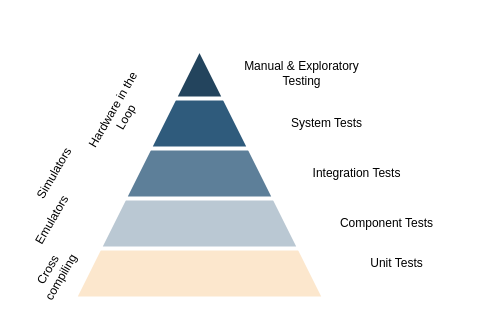
Above: images/testing-with-hardware/Testing Pyramid.drawio in bernedom/bernedom.github.io (draw.io), before the change. Source tidied: cells renumbered, new cells numbered last; positions are measured from the earlier drawing's top-left corner, leaving out a move shared by most shapes. Both pictures are drawn from the tidied source at 100%, with x=0, y=0 at pixel (6, 48).
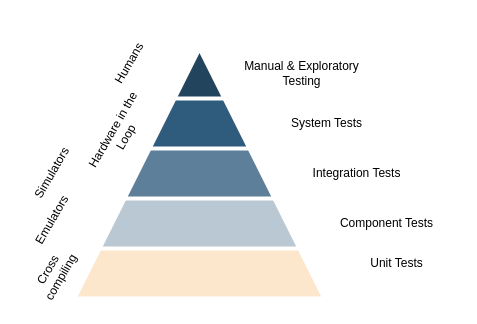
The same diagram, later.

The edit, as a diff of the source:
```diff
@@
 <mxGraphModel>
   <root>
     <mxCell id="0" />
     <mxCell id="1" parent="0" />
     <mxCell id="2" style="triangle;direction=north;html=1;strokeWidth=4;fillColor=#FCE7CD;strokeColor=#ffffff;shadow=0;fontSize=10;fontColor=#FFFFFF;align=center;fontStyle=0;whiteSpace=wrap;spacing=10;" parent="1" vertex="1">
       <mxGeometry x="68" width="250" height="250" as="geometry" />
     </mxCell>
     <mxCell id="3" style="triangle;direction=north;html=1;strokeWidth=4;fillColor=#BAC8D3;strokeColor=#ffffff;shadow=0;fontSize=10;fontColor=#FFFFFF;align=center;fontStyle=0;whiteSpace=wrap;spacing=10;" parent="1" vertex="1">
       <mxGeometry x="93" width="200" height="200" as="geometry" />
     </mxCell>
     <mxCell id="4" style="triangle;direction=north;html=1;strokeWidth=4;fillColor=#5D7F99;strokeColor=#ffffff;shadow=0;fontSize=10;fontColor=#FFFFFF;align=center;fontStyle=0;whiteSpace=wrap;spacing=10;" parent="1" vertex="1">
       <mxGeometry x="118" width="150" height="150" as="geometry" />
     </mxCell>
     <mxCell id="5" style="triangle;direction=north;html=1;strokeWidth=4;fillColor=#2F5B7C;strokeColor=#ffffff;shadow=0;fontSize=10;fontColor=#FFFFFF;align=center;fontStyle=0;whiteSpace=wrap;spacing=10;" parent="1" vertex="1">
       <mxGeometry x="143" width="100" height="100" as="geometry" />
     </mxCell>
     <mxCell id="6" style="triangle;direction=north;html=1;strokeWidth=4;fillColor=#23445D;strokeColor=#ffffff;shadow=0;fontSize=10;fontColor=#FFFFFF;align=center;fontStyle=0;whiteSpace=wrap;spacing=10;" parent="1" vertex="1">
       <mxGeometry x="168" width="50" height="50" as="geometry" />
     </mxCell>
     <mxCell id="7" value="Manual &amp;amp; Exploratory Testing" style="text;html=1;strokeColor=none;fillColor=none;align=center;verticalAlign=middle;whiteSpace=wrap;rounded=0;" parent="1" vertex="1">
       <mxGeometry x="233" y="10" width="125" height="30" as="geometry" />
     </mxCell>
     <mxCell id="8" value="System Tests" style="text;html=1;strokeColor=none;fillColor=none;align=center;verticalAlign=middle;whiteSpace=wrap;rounded=0;" parent="1" vertex="1">
       <mxGeometry x="258" y="60" width="125" height="30" as="geometry" />
     </mxCell>
     <mxCell id="9" value="Integration Tests" style="text;html=1;strokeColor=none;fillColor=none;align=center;verticalAlign=middle;whiteSpace=wrap;rounded=0;" parent="1" vertex="1">
       <mxGeometry x="288" y="110" width="125" height="30" as="geometry" />
     </mxCell>
     <mxCell id="10" value="Component Tests" style="text;html=1;strokeColor=none;fillColor=none;align=center;verticalAlign=middle;whiteSpace=wrap;rounded=0;" parent="1" vertex="1">
       <mxGeometry x="318" y="160" width="125" height="30" as="geometry" />
     </mxCell>
     <mxCell id="11" value="Unit Tests" style="text;html=1;strokeColor=none;fillColor=none;align=center;verticalAlign=middle;whiteSpace=wrap;rounded=0;" parent="1" vertex="1">
       <mxGeometry x="328" y="200" width="125" height="30" as="geometry" />
     </mxCell>
     <mxCell id="12" value="Cross compiling" style="text;html=1;strokeColor=none;fillColor=none;align=center;verticalAlign=middle;whiteSpace=wrap;rounded=0;rotation=-60;" parent="1" vertex="1">
       <mxGeometry x="18" y="210" width="60" height="30" as="geometry" />
     </mxCell>
     <mxCell id="13" value="Emulators" style="text;html=1;strokeColor=none;fillColor=none;align=center;verticalAlign=middle;whiteSpace=wrap;rounded=0;rotation=-60;" parent="1" vertex="1">
       <mxGeometry x="0.5" y="157" width="90" height="30" as="geometry" />
     </mxCell>
     <mxCell id="14" value="Simulators" style="text;html=1;strokeColor=none;fillColor=none;align=center;verticalAlign=middle;whiteSpace=wrap;rounded=0;rotation=-60;" parent="1" vertex="1">
-      <mxGeometry x="3" y="110" width="90" height="30" as="geometry" />
+      <mxGeometry x="0.5" y="110" width="90" height="30" as="geometry" />
     </mxCell>
     <mxCell id="15" value="Hardware in the Loop" style="text;html=1;strokeColor=none;fillColor=none;align=center;verticalAlign=middle;whiteSpace=wrap;rounded=0;rotation=-60;" parent="1" vertex="1">
-      <mxGeometry x="68" y="50" width="90" height="30" as="geometry" />
+      <mxGeometry x="68" y="70" width="90" height="30" as="geometry" />
     </mxCell>
+    <mxCell id="16" value="Humans" style="text;html=1;strokeColor=none;fillColor=none;align=center;verticalAlign=middle;whiteSpace=wrap;rounded=0;rotation=-60;" parent="1" vertex="1">
+      <mxGeometry x="78" width="90" height="30" as="geometry" />
+    </mxCell>
   </root>
 </mxGraphModel>
```
